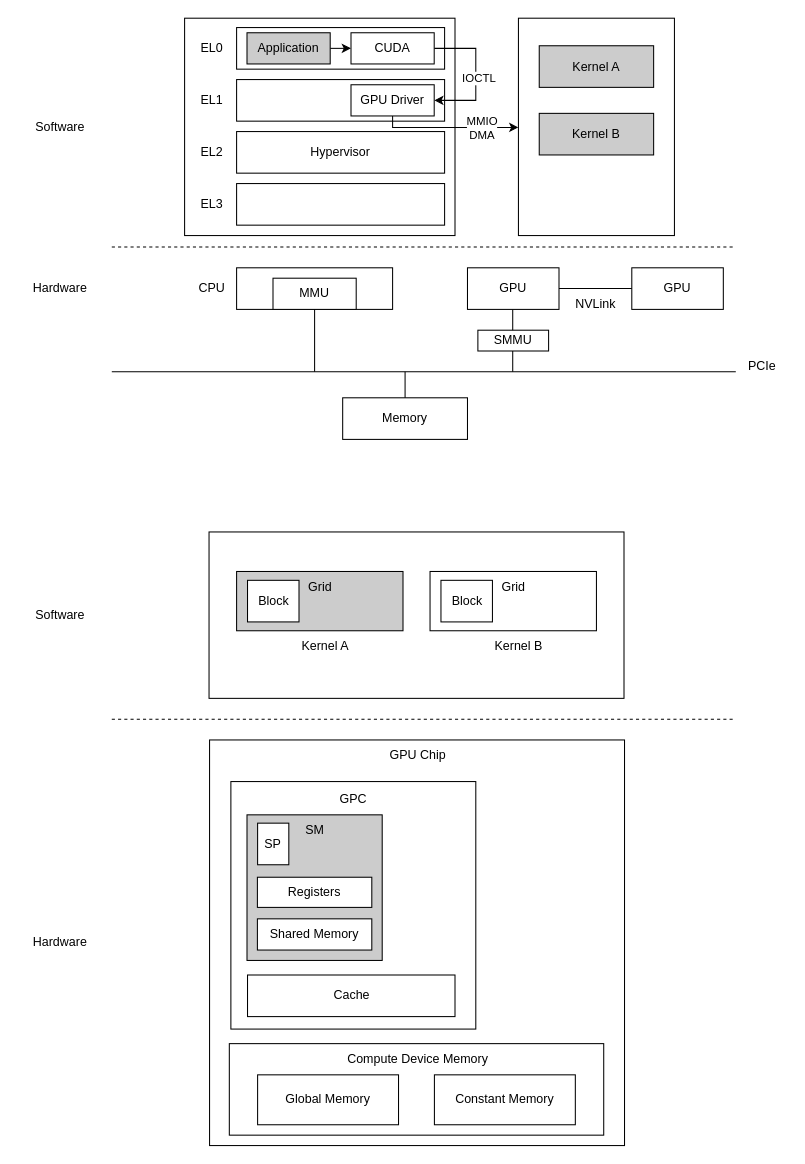
Before: gpu.drawio in qianfei11/draw.io, a draw.io diagram. Source tidied: cells renumbered, new cells numbered last; positions are measured from the earlier drawing's top-left corner, leaving out a move shared by most shapes. Both pictures are drawn from the tidied source at 104%, with x=0, y=0 at pixel (18, 18).
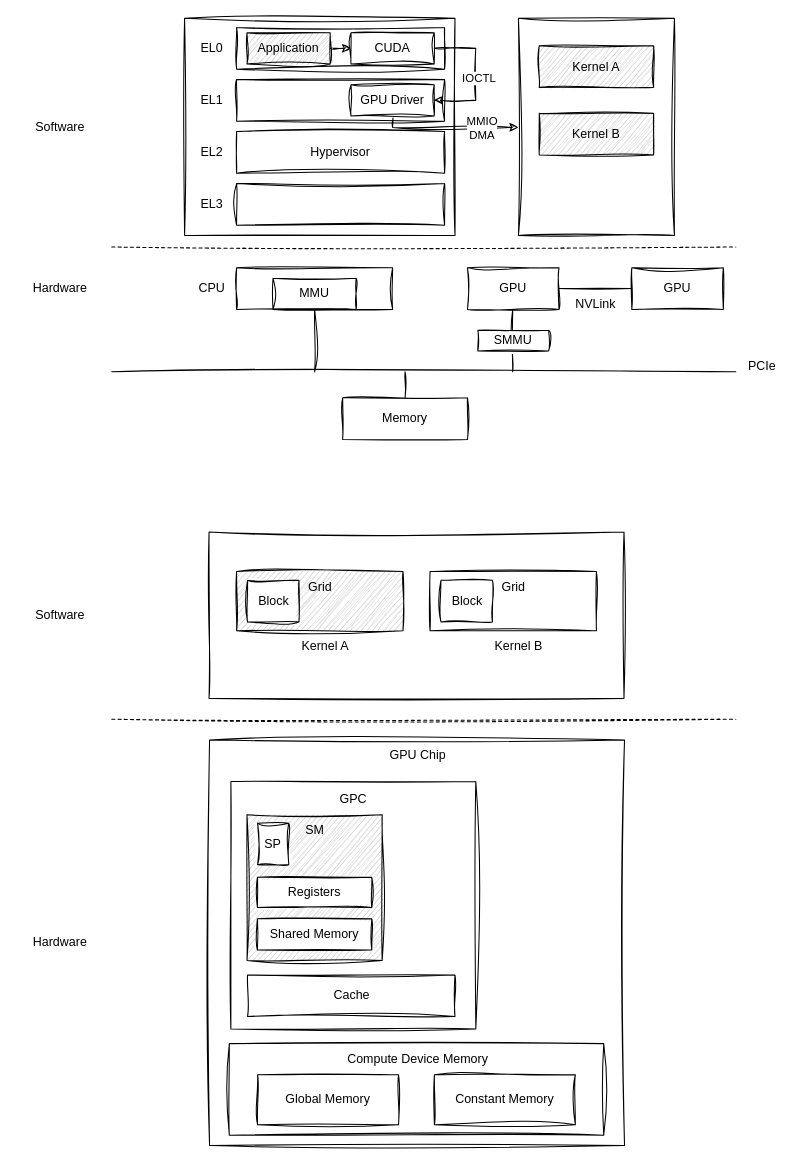
The same page after the edit.

Diff of the diagram source:
```diff
@@
-    <mxCell id="2" style="endArrow=none;html=1;rounded=0;entryX=0.5;entryY=1;entryDx=0;entryDy=0;" parent="1" edge="1">
+    <mxCell id="2" style="endArrow=none;html=1;rounded=0;entryX=0.5;entryY=1;entryDx=0;entryDy=0;sketch=1;curveFitting=1;jiggle=2;" parent="1" edge="1">
       <mxGeometry relative="1" as="geometry">
         <mxPoint x="475.5" y="340" as="sourcePoint" />
         <mxPoint x="475.5" y="280" as="targetPoint" />
       </mxGeometry>
     </mxCell>
-    <mxCell id="3" style="rounded=0;whiteSpace=wrap;html=1;" parent="1" vertex="1">
+    <mxCell id="3" style="rounded=0;whiteSpace=wrap;html=1;sketch=1;curveFitting=1;jiggle=2;" parent="1" vertex="1">
       <mxGeometry x="481" width="150" height="209" as="geometry" />
     </mxCell>
-    <mxCell id="4" style="rounded=0;whiteSpace=wrap;html=1;" parent="1" vertex="1">
+    <mxCell id="4" style="rounded=0;whiteSpace=wrap;html=1;sketch=1;curveFitting=1;jiggle=2;" parent="1" vertex="1">
       <mxGeometry x="160" width="260" height="209" as="geometry" />
     </mxCell>
-    <mxCell id="5" style="rounded=0;whiteSpace=wrap;html=1;" parent="1" vertex="1">
+    <mxCell id="5" style="rounded=0;whiteSpace=wrap;html=1;sketch=1;curveFitting=1;jiggle=2;" parent="1" vertex="1">
       <mxGeometry x="210" y="240" width="150" height="40" as="geometry" />
     </mxCell>
-    <mxCell id="6" value="GPU" style="rounded=0;whiteSpace=wrap;html=1;" parent="1" vertex="1">
+    <mxCell id="6" value="GPU" style="rounded=0;whiteSpace=wrap;html=1;sketch=1;curveFitting=1;jiggle=2;" parent="1" vertex="1">
       <mxGeometry x="432" y="240" width="88" height="40" as="geometry" />
     </mxCell>
-    <mxCell id="7" value="CPU" style="text;html=1;align=center;verticalAlign=middle;strokeColor=none;fillColor=none;rounded=0;" parent="1" vertex="1">
+    <mxCell id="7" value="CPU" style="text;html=1;align=center;verticalAlign=middle;strokeColor=none;fillColor=none;rounded=0;sketch=1;curveFitting=1;jiggle=2;" parent="1" vertex="1">
       <mxGeometry x="161" y="245" width="50" height="30" as="geometry" />
     </mxCell>
-    <mxCell id="8" style="endArrow=none;dashed=1;html=1;rounded=0;" parent="1" edge="1">
+    <mxCell id="8" style="endArrow=none;dashed=1;html=1;rounded=0;sketch=1;curveFitting=1;jiggle=2;" parent="1" edge="1">
       <mxGeometry relative="1" as="geometry">
         <mxPoint x="90" y="220" as="sourcePoint" />
         <mxPoint x="690" y="220" as="targetPoint" />
       </mxGeometry>
     </mxCell>
-    <mxCell id="9" value="Hardware" style="text;html=1;align=center;verticalAlign=middle;strokeColor=none;fillColor=none;rounded=0;" parent="1" vertex="1">
+    <mxCell id="9" value="Hardware" style="text;html=1;align=center;verticalAlign=middle;strokeColor=none;fillColor=none;rounded=0;sketch=1;curveFitting=1;jiggle=2;" parent="1" vertex="1">
       <mxGeometry y="245" width="80" height="30" as="geometry" />
     </mxCell>
-    <mxCell id="10" value="Software" style="text;html=1;align=center;verticalAlign=middle;strokeColor=none;fillColor=none;rounded=0;" parent="1" vertex="1">
+    <mxCell id="10" value="Software" style="text;html=1;align=center;verticalAlign=middle;strokeColor=none;fillColor=none;rounded=0;sketch=1;curveFitting=1;jiggle=2;" parent="1" vertex="1">
       <mxGeometry x="5" y="90" width="70" height="30" as="geometry" />
     </mxCell>
-    <mxCell id="11" style="rounded=0;whiteSpace=wrap;html=1;" parent="1" vertex="1">
+    <mxCell id="11" style="rounded=0;whiteSpace=wrap;html=1;sketch=1;curveFitting=1;jiggle=2;" parent="1" vertex="1">
       <mxGeometry x="210" y="59" width="200" height="40" as="geometry" />
     </mxCell>
-    <mxCell id="12" style="rounded=0;whiteSpace=wrap;html=1;" parent="1" vertex="1">
+    <mxCell id="12" style="rounded=0;whiteSpace=wrap;html=1;sketch=1;curveFitting=1;jiggle=2;" parent="1" vertex="1">
       <mxGeometry x="210" y="9" width="200" height="40" as="geometry" />
     </mxCell>
-    <mxCell id="13" style="edgeStyle=orthogonalEdgeStyle;rounded=0;jettySize=auto;html=1;exitX=0.5;exitY=1;exitDx=0;exitDy=0;" parent="1" edge="1" source="15" target="3">
+    <mxCell id="13" style="edgeStyle=orthogonalEdgeStyle;rounded=0;jettySize=auto;html=1;exitX=0.5;exitY=1;exitDx=0;exitDy=0;sketch=1;curveFitting=1;jiggle=2;" parent="1" edge="1" source="15" target="3">
       <mxGeometry relative="1" as="geometry">
         <Array as="points">
           <mxPoint x="360" y="105" />
         </Array>
       </mxGeometry>
     </mxCell>
-    <mxCell id="14" value="MMIO&lt;br&gt;DMA" style="edgeLabel;html=1;align=center;verticalAlign=middle;rounded=0;" parent="13" vertex="1">
+    <mxCell id="14" value="MMIO&lt;br&gt;DMA" style="edgeLabel;html=1;align=center;verticalAlign=middle;rounded=0;sketch=1;curveFitting=1;jiggle=2;" parent="13" vertex="1">
       <mxGeometry x="0.33" y="1" relative="1" as="geometry">
         <mxPoint x="8" y="1" as="offset" />
       </mxGeometry>
     </mxCell>
-    <mxCell id="15" value="GPU Driver" style="rounded=0;whiteSpace=wrap;html=1;fillStyle=auto;fillColor=#FFFFFF;" parent="1" vertex="1">
+    <mxCell id="15" value="GPU Driver" style="rounded=0;whiteSpace=wrap;html=1;fillStyle=auto;fillColor=#FFFFFF;sketch=1;curveFitting=1;jiggle=2;" parent="1" vertex="1">
       <mxGeometry x="320" y="64" width="80" height="30" as="geometry" />
     </mxCell>
-    <mxCell id="16" value="MMU" style="rounded=0;whiteSpace=wrap;html=1;" parent="1" vertex="1">
+    <mxCell id="16" value="MMU" style="rounded=0;whiteSpace=wrap;html=1;sketch=1;curveFitting=1;jiggle=2;" parent="1" vertex="1">
       <mxGeometry x="245" y="250" width="80" height="30" as="geometry" />
     </mxCell>
-    <mxCell id="17" value="SMMU" style="rounded=0;whiteSpace=wrap;html=1;" parent="1" vertex="1">
+    <mxCell id="17" value="SMMU" style="rounded=0;whiteSpace=wrap;html=1;sketch=1;curveFitting=1;jiggle=2;" parent="1" vertex="1">
       <mxGeometry x="442" y="300" width="68" height="20" as="geometry" />
     </mxCell>
-    <mxCell id="18" value="EL1" style="text;html=1;align=center;verticalAlign=middle;strokeColor=none;fillColor=none;rounded=0;" parent="1" vertex="1">
+    <mxCell id="18" value="EL1" style="text;html=1;align=center;verticalAlign=middle;strokeColor=none;fillColor=none;rounded=0;sketch=1;curveFitting=1;jiggle=2;" parent="1" vertex="1">
       <mxGeometry x="166" y="64" width="40" height="30" as="geometry" />
     </mxCell>
-    <mxCell id="19" value="EL0" style="text;html=1;align=center;verticalAlign=middle;strokeColor=none;fillColor=none;rounded=0;" parent="1" vertex="1">
+    <mxCell id="19" value="EL0" style="text;html=1;align=center;verticalAlign=middle;strokeColor=none;fillColor=none;rounded=0;sketch=1;curveFitting=1;jiggle=2;" parent="1" vertex="1">
       <mxGeometry x="166" y="14" width="40" height="30" as="geometry" />
     </mxCell>
-    <mxCell id="20" style="endArrow=none;html=1;rounded=0;" parent="1" edge="1">
+    <mxCell id="20" style="endArrow=none;html=1;rounded=0;sketch=1;curveFitting=1;jiggle=2;" parent="1" edge="1">
       <mxGeometry relative="1" as="geometry">
         <mxPoint x="90" y="340" as="sourcePoint" />
         <mxPoint x="690" y="340" as="targetPoint" />
       </mxGeometry>
     </mxCell>
-    <mxCell id="21" style="edgeStyle=orthogonalEdgeStyle;rounded=0;jettySize=auto;html=1;exitX=1;exitY=0.5;exitDx=0;exitDy=0;entryX=0;entryY=0.5;entryDx=0;entryDy=0;" parent="1" edge="1" source="22" target="37">
+    <mxCell id="21" style="edgeStyle=orthogonalEdgeStyle;rounded=0;jettySize=auto;html=1;exitX=1;exitY=0.5;exitDx=0;exitDy=0;entryX=0;entryY=0.5;entryDx=0;entryDy=0;sketch=1;curveFitting=1;jiggle=2;" parent="1" edge="1" source="22" target="37">
       <mxGeometry relative="1" as="geometry" />
     </mxCell>
-    <mxCell id="22" value="Application" style="rounded=0;whiteSpace=wrap;html=1;fillStyle=auto;fillColor=#CCCCCC;" parent="1" vertex="1">
+    <mxCell id="22" value="Application" style="rounded=0;whiteSpace=wrap;html=1;fillStyle=auto;fillColor=#CCCCCC;sketch=1;curveFitting=1;jiggle=2;" parent="1" vertex="1">
       <mxGeometry x="220" y="14" width="80" height="30" as="geometry" />
     </mxCell>
-    <mxCell id="23" value="Hypervisor" style="rounded=0;whiteSpace=wrap;html=1;" parent="1" vertex="1">
+    <mxCell id="23" value="Hypervisor" style="rounded=0;whiteSpace=wrap;html=1;sketch=1;curveFitting=1;jiggle=2;" parent="1" vertex="1">
       <mxGeometry x="210" y="109" width="200" height="40" as="geometry" />
     </mxCell>
-    <mxCell id="24" style="rounded=0;whiteSpace=wrap;html=1;" parent="1" vertex="1">
+    <mxCell id="24" style="rounded=0;whiteSpace=wrap;html=1;sketch=1;curveFitting=1;jiggle=2;" parent="1" vertex="1">
       <mxGeometry x="210" y="159" width="200" height="40" as="geometry" />
     </mxCell>
-    <mxCell id="25" value="EL2" style="text;html=1;align=center;verticalAlign=middle;strokeColor=none;fillColor=none;rounded=0;" parent="1" vertex="1">
+    <mxCell id="25" value="EL2" style="text;html=1;align=center;verticalAlign=middle;strokeColor=none;fillColor=none;rounded=0;sketch=1;curveFitting=1;jiggle=2;" parent="1" vertex="1">
       <mxGeometry x="166" y="114" width="40" height="30" as="geometry" />
     </mxCell>
-    <mxCell id="26" value="EL3" style="text;html=1;align=center;verticalAlign=middle;strokeColor=none;fillColor=none;rounded=0;" parent="1" vertex="1">
+    <mxCell id="26" value="EL3" style="text;html=1;align=center;verticalAlign=middle;strokeColor=none;fillColor=none;rounded=0;sketch=1;curveFitting=1;jiggle=2;" parent="1" vertex="1">
       <mxGeometry x="166" y="164" width="40" height="30" as="geometry" />
     </mxCell>
-    <mxCell id="27" style="endArrow=none;html=1;rounded=0;entryX=0.5;entryY=1;entryDx=0;entryDy=0;" parent="1" edge="1" target="16">
+    <mxCell id="27" style="endArrow=none;html=1;rounded=0;entryX=0.5;entryY=1;entryDx=0;entryDy=0;sketch=1;curveFitting=1;jiggle=2;" parent="1" edge="1" target="16">
       <mxGeometry relative="1" as="geometry">
         <mxPoint x="285" y="340" as="sourcePoint" />
       </mxGeometry>
     </mxCell>
-    <mxCell id="28" value="Memory" style="rounded=0;whiteSpace=wrap;html=1;" parent="1" vertex="1">
+    <mxCell id="28" value="Memory" style="rounded=0;whiteSpace=wrap;html=1;sketch=1;curveFitting=1;jiggle=2;" parent="1" vertex="1">
       <mxGeometry x="312" y="365" width="120" height="40" as="geometry" />
     </mxCell>
-    <mxCell id="29" style="endArrow=none;html=1;rounded=0;entryX=0.5;entryY=0;entryDx=0;entryDy=0;" parent="1" edge="1" target="28">
+    <mxCell id="29" style="endArrow=none;html=1;rounded=0;entryX=0.5;entryY=0;entryDx=0;entryDy=0;sketch=1;curveFitting=1;jiggle=2;" parent="1" edge="1" target="28">
       <mxGeometry relative="1" as="geometry">
         <mxPoint x="372" y="340" as="sourcePoint" />
       </mxGeometry>
     </mxCell>
-    <mxCell id="30" value="PCIe" style="text;html=1;align=center;verticalAlign=middle;strokeColor=none;fillColor=none;rounded=0;" parent="1" vertex="1">
+    <mxCell id="30" value="PCIe" style="text;html=1;align=center;verticalAlign=middle;strokeColor=none;fillColor=none;rounded=0;sketch=1;curveFitting=1;jiggle=2;" parent="1" vertex="1">
       <mxGeometry x="690" y="320" width="50" height="30" as="geometry" />
     </mxCell>
-    <mxCell id="31" value="GPU" style="rounded=0;whiteSpace=wrap;html=1;" parent="1" vertex="1">
+    <mxCell id="31" value="GPU" style="rounded=0;whiteSpace=wrap;html=1;sketch=1;curveFitting=1;jiggle=2;" parent="1" vertex="1">
       <mxGeometry x="590" y="240" width="88" height="40" as="geometry" />
     </mxCell>
-    <mxCell id="32" style="endArrow=none;html=1;rounded=0;exitX=1;exitY=0.5;exitDx=0;exitDy=0;entryX=0;entryY=0.5;entryDx=0;entryDy=0;" parent="1" edge="1" source="6" target="31">
+    <mxCell id="32" style="endArrow=none;html=1;rounded=0;exitX=1;exitY=0.5;exitDx=0;exitDy=0;entryX=0;entryY=0.5;entryDx=0;entryDy=0;sketch=1;curveFitting=1;jiggle=2;" parent="1" edge="1" source="6" target="31">
       <mxGeometry relative="1" as="geometry" />
     </mxCell>
-    <mxCell id="33" value="NVLink" style="text;html=1;align=center;verticalAlign=middle;strokeColor=none;fillColor=none;rounded=0;" parent="1" vertex="1">
+    <mxCell id="33" value="NVLink" style="text;html=1;align=center;verticalAlign=middle;strokeColor=none;fillColor=none;rounded=0;sketch=1;curveFitting=1;jiggle=2;" parent="1" vertex="1">
       <mxGeometry x="525" y="260" width="60" height="30" as="geometry" />
     </mxCell>
-    <mxCell id="34" style="rounded=0;whiteSpace=wrap;html=1;" parent="1" vertex="1">
+    <mxCell id="34" style="rounded=0;whiteSpace=wrap;html=1;sketch=1;curveFitting=1;jiggle=2;" parent="1" vertex="1">
       <mxGeometry x="184" y="694" width="399" height="390" as="geometry" />
     </mxCell>
-    <mxCell id="35" style="edgeStyle=orthogonalEdgeStyle;rounded=0;jettySize=auto;html=1;exitX=1;exitY=0.5;exitDx=0;exitDy=0;entryX=1;entryY=0.5;entryDx=0;entryDy=0;" parent="1" edge="1" source="37" target="15">
+    <mxCell id="35" style="edgeStyle=orthogonalEdgeStyle;rounded=0;jettySize=auto;html=1;exitX=1;exitY=0.5;exitDx=0;exitDy=0;entryX=1;entryY=0.5;entryDx=0;entryDy=0;sketch=1;curveFitting=1;jiggle=2;" parent="1" edge="1" source="37" target="15">
       <mxGeometry relative="1" as="geometry">
         <Array as="points">
           <mxPoint x="440" y="29" />
           <mxPoint x="440" y="79" />
         </Array>
       </mxGeometry>
     </mxCell>
-    <mxCell id="36" value="IOCTL" style="edgeLabel;html=1;align=center;verticalAlign=middle;rounded=0;" parent="35" vertex="1">
+    <mxCell id="36" value="IOCTL" style="edgeLabel;html=1;align=center;verticalAlign=middle;rounded=0;sketch=1;curveFitting=1;jiggle=2;" parent="35" vertex="1">
       <mxGeometry x="0.04" y="2" relative="1" as="geometry" />
     </mxCell>
-    <mxCell id="37" value="CUDA" style="rounded=0;whiteSpace=wrap;html=1;fillStyle=auto;fillColor=#FFFFFF;" parent="1" vertex="1">
+    <mxCell id="37" value="CUDA" style="rounded=0;whiteSpace=wrap;html=1;fillStyle=auto;fillColor=#FFFFFF;sketch=1;curveFitting=1;jiggle=2;" parent="1" vertex="1">
       <mxGeometry x="320" y="14" width="80" height="30" as="geometry" />
     </mxCell>
-    <mxCell id="38" style="rounded=0;whiteSpace=wrap;html=1;" parent="1" vertex="1">
+    <mxCell id="38" style="rounded=0;whiteSpace=wrap;html=1;sketch=1;curveFitting=1;jiggle=2;" parent="1" vertex="1">
       <mxGeometry x="204.5" y="734" width="235.5" height="238" as="geometry" />
     </mxCell>
-    <mxCell id="39" value="GPU Chip" style="text;html=1;align=center;verticalAlign=middle;strokeColor=none;fillColor=none;rounded=0;" parent="1" vertex="1">
+    <mxCell id="39" value="GPU Chip" style="text;html=1;align=center;verticalAlign=middle;strokeColor=none;fillColor=none;rounded=0;sketch=1;curveFitting=1;jiggle=2;" parent="1" vertex="1">
       <mxGeometry x="344" y="694" width="80" height="30" as="geometry" />
     </mxCell>
-    <mxCell id="40" value="Cache" style="rounded=0;whiteSpace=wrap;html=1;" parent="1" vertex="1">
+    <mxCell id="40" value="Cache" style="rounded=0;whiteSpace=wrap;html=1;sketch=1;curveFitting=1;jiggle=2;" parent="1" vertex="1">
       <mxGeometry x="220.5" y="920" width="199.5" height="40" as="geometry" />
     </mxCell>
-    <mxCell id="41" style="rounded=0;whiteSpace=wrap;html=1;" parent="1" vertex="1">
+    <mxCell id="41" style="rounded=0;whiteSpace=wrap;html=1;sketch=1;curveFitting=1;jiggle=2;" parent="1" vertex="1">
       <mxGeometry x="203" y="986" width="360" height="88" as="geometry" />
     </mxCell>
-    <mxCell id="42" style="endArrow=none;dashed=1;html=1;rounded=0;" parent="1" edge="1">
+    <mxCell id="42" style="endArrow=none;dashed=1;html=1;rounded=0;sketch=1;curveFitting=1;jiggle=2;" parent="1" edge="1">
       <mxGeometry relative="1" as="geometry">
         <mxPoint x="90" y="674" as="sourcePoint" />
         <mxPoint x="690" y="674" as="targetPoint" />
       </mxGeometry>
     </mxCell>
-    <mxCell id="43" value="Hardware" style="text;html=1;align=center;verticalAlign=middle;strokeColor=none;fillColor=none;rounded=0;" parent="1" vertex="1">
+    <mxCell id="43" value="Hardware" style="text;html=1;align=center;verticalAlign=middle;strokeColor=none;fillColor=none;rounded=0;sketch=1;curveFitting=1;jiggle=2;" parent="1" vertex="1">
       <mxGeometry y="874" width="80" height="30" as="geometry" />
     </mxCell>
-    <mxCell id="44" value="Software" style="text;html=1;align=center;verticalAlign=middle;strokeColor=none;fillColor=none;rounded=0;" parent="1" vertex="1">
+    <mxCell id="44" value="Software" style="text;html=1;align=center;verticalAlign=middle;strokeColor=none;fillColor=none;rounded=0;sketch=1;curveFitting=1;jiggle=2;" parent="1" vertex="1">
       <mxGeometry x="5" y="559" width="70" height="30" as="geometry" />
     </mxCell>
-    <mxCell id="45" style="rounded=0;whiteSpace=wrap;html=1;" parent="1" vertex="1">
+    <mxCell id="45" style="rounded=0;whiteSpace=wrap;html=1;sketch=1;curveFitting=1;jiggle=2;" parent="1" vertex="1">
       <mxGeometry x="183.5" y="494" width="399" height="160" as="geometry" />
     </mxCell>
-    <mxCell id="46" value="Compute Device Memory" style="text;html=1;align=center;verticalAlign=middle;strokeColor=none;fillColor=none;rounded=0;" parent="1" vertex="1">
+    <mxCell id="46" value="Compute Device Memory" style="text;html=1;align=center;verticalAlign=middle;strokeColor=none;fillColor=none;rounded=0;sketch=1;curveFitting=1;jiggle=2;" parent="1" vertex="1">
       <mxGeometry x="304" y="986" width="160" height="30" as="geometry" />
     </mxCell>
-    <mxCell id="47" value="Global Memory" style="rounded=0;whiteSpace=wrap;html=1;" parent="1" vertex="1">
+    <mxCell id="47" value="Global Memory" style="rounded=0;whiteSpace=wrap;html=1;sketch=1;curveFitting=1;jiggle=2;" parent="1" vertex="1">
       <mxGeometry x="230.2" y="1016" width="135.5" height="48" as="geometry" />
     </mxCell>
-    <mxCell id="48" value="Constant Memory" style="rounded=0;whiteSpace=wrap;html=1;" parent="1" vertex="1">
+    <mxCell id="48" value="Constant Memory" style="rounded=0;whiteSpace=wrap;html=1;sketch=1;curveFitting=1;jiggle=2;" parent="1" vertex="1">
       <mxGeometry x="400.2" y="1016" width="135.5" height="48" as="geometry" />
     </mxCell>
-    <mxCell id="49" style="rounded=0;whiteSpace=wrap;html=1;fillColor=#CCCCCC;fillStyle=auto;" parent="1" vertex="1">
+    <mxCell id="49" style="rounded=0;whiteSpace=wrap;html=1;fillColor=#CCCCCC;fillStyle=auto;sketch=1;curveFitting=1;jiggle=2;" parent="1" vertex="1">
       <mxGeometry x="220" y="766" width="130" height="140" as="geometry" />
     </mxCell>
-    <mxCell id="50" value="SM" style="text;html=1;align=center;verticalAlign=middle;strokeColor=none;fillColor=none;rounded=0;" parent="1" vertex="1">
+    <mxCell id="50" value="SM" style="text;html=1;align=center;verticalAlign=middle;strokeColor=none;fillColor=none;rounded=0;sketch=1;curveFitting=1;jiggle=2;" parent="1" vertex="1">
       <mxGeometry x="265" y="766" width="40" height="30" as="geometry" />
     </mxCell>
-    <mxCell id="51" value="SP" style="rounded=0;whiteSpace=wrap;html=1;" parent="1" vertex="1">
+    <mxCell id="51" value="SP" style="rounded=0;whiteSpace=wrap;html=1;sketch=1;curveFitting=1;jiggle=2;" parent="1" vertex="1">
       <mxGeometry x="230.2" y="774" width="30" height="40" as="geometry" />
     </mxCell>
-    <mxCell id="52" value="Registers" style="rounded=0;whiteSpace=wrap;html=1;" parent="1" vertex="1">
+    <mxCell id="52" value="Registers" style="rounded=0;whiteSpace=wrap;html=1;sketch=1;curveFitting=1;jiggle=2;" parent="1" vertex="1">
       <mxGeometry x="230" y="826" width="110" height="29" as="geometry" />
     </mxCell>
-    <mxCell id="53" value="Shared Memory" style="rounded=0;whiteSpace=wrap;html=1;" parent="1" vertex="1">
+    <mxCell id="53" value="Shared Memory" style="rounded=0;whiteSpace=wrap;html=1;sketch=1;curveFitting=1;jiggle=2;" parent="1" vertex="1">
       <mxGeometry x="230" y="866" width="110" height="30" as="geometry" />
     </mxCell>
-    <mxCell id="54" value="Kernel A" style="rounded=0;whiteSpace=wrap;html=1;fillColor=#CCCCCC;" parent="1" vertex="1">
+    <mxCell id="54" value="Kernel A" style="rounded=0;whiteSpace=wrap;html=1;fillColor=#CCCCCC;sketch=1;curveFitting=1;jiggle=2;" parent="1" vertex="1">
       <mxGeometry x="501" y="26.5" width="110" height="40" as="geometry" />
     </mxCell>
-    <mxCell id="55" value="Kernel B" style="rounded=0;whiteSpace=wrap;html=1;fillColor=#CCCCCC;" parent="1" vertex="1">
+    <mxCell id="55" value="Kernel B" style="rounded=0;whiteSpace=wrap;html=1;fillColor=#CCCCCC;sketch=1;curveFitting=1;jiggle=2;" parent="1" vertex="1">
       <mxGeometry x="501" y="91.5" width="110" height="40" as="geometry" />
     </mxCell>
-    <mxCell id="56" value="GPC" style="text;html=1;align=center;verticalAlign=middle;strokeColor=none;fillColor=none;rounded=0;" parent="1" vertex="1">
+    <mxCell id="56" value="GPC" style="text;html=1;align=center;verticalAlign=middle;strokeColor=none;fillColor=none;rounded=0;sketch=1;curveFitting=1;jiggle=2;" parent="1" vertex="1">
       <mxGeometry x="297.2" y="736" width="50" height="30" as="geometry" />
     </mxCell>
-    <mxCell id="57" style="rounded=0;whiteSpace=wrap;html=1;fillStyle=auto;fillColor=#CCCCCC;" parent="1" vertex="1">
+    <mxCell id="57" style="rounded=0;whiteSpace=wrap;html=1;fillStyle=auto;fillColor=#CCCCCC;sketch=1;curveFitting=1;jiggle=2;" parent="1" vertex="1">
       <mxGeometry x="210" y="532" width="160" height="57" as="geometry" />
     </mxCell>
-    <mxCell id="58" value="Block" style="rounded=0;whiteSpace=wrap;html=1;" parent="1" vertex="1">
+    <mxCell id="58" value="Block" style="rounded=0;whiteSpace=wrap;html=1;sketch=1;curveFitting=1;jiggle=2;" parent="1" vertex="1">
       <mxGeometry x="220.5" y="540.5" width="49.5" height="40" as="geometry" />
     </mxCell>
-    <mxCell id="59" value="Grid" style="text;html=1;align=center;verticalAlign=middle;strokeColor=none;fillColor=none;rounded=0;" parent="1" vertex="1">
+    <mxCell id="59" value="Grid" style="text;html=1;align=center;verticalAlign=middle;strokeColor=none;fillColor=none;rounded=0;sketch=1;curveFitting=1;jiggle=2;" parent="1" vertex="1">
       <mxGeometry x="265" y="532" width="50" height="30" as="geometry" />
     </mxCell>
-    <mxCell id="60" value="Kernel A" style="text;html=1;align=center;verticalAlign=middle;strokeColor=none;fillColor=none;rounded=0;" parent="1" vertex="1">
+    <mxCell id="60" value="Kernel A" style="text;html=1;align=center;verticalAlign=middle;strokeColor=none;fillColor=none;rounded=0;sketch=1;curveFitting=1;jiggle=2;" parent="1" vertex="1">
       <mxGeometry x="260" y="589" width="70" height="30" as="geometry" />
     </mxCell>
-    <mxCell id="61" style="rounded=0;whiteSpace=wrap;html=1;" parent="1" vertex="1">
+    <mxCell id="61" style="rounded=0;whiteSpace=wrap;html=1;sketch=1;curveFitting=1;jiggle=2;" parent="1" vertex="1">
       <mxGeometry x="396" y="532" width="160" height="57" as="geometry" />
     </mxCell>
-    <mxCell id="62" value="Block" style="rounded=0;whiteSpace=wrap;html=1;" parent="1" vertex="1">
+    <mxCell id="62" value="Block" style="rounded=0;whiteSpace=wrap;html=1;sketch=1;curveFitting=1;jiggle=2;" parent="1" vertex="1">
       <mxGeometry x="406.5" y="540.5" width="49.5" height="40" as="geometry" />
     </mxCell>
-    <mxCell id="63" value="Grid" style="text;html=1;align=center;verticalAlign=middle;strokeColor=none;fillColor=none;rounded=0;" parent="1" vertex="1">
+    <mxCell id="63" value="Grid" style="text;html=1;align=center;verticalAlign=middle;strokeColor=none;fillColor=none;rounded=0;sketch=1;curveFitting=1;jiggle=2;" parent="1" vertex="1">
       <mxGeometry x="451" y="532" width="50" height="30" as="geometry" />
     </mxCell>
-    <mxCell id="64" value="Kernel B" style="text;html=1;align=center;verticalAlign=middle;strokeColor=none;fillColor=none;rounded=0;" parent="1" vertex="1">
+    <mxCell id="64" value="Kernel B" style="text;html=1;align=center;verticalAlign=middle;strokeColor=none;fillColor=none;rounded=0;sketch=1;curveFitting=1;jiggle=2;" parent="1" vertex="1">
       <mxGeometry x="446" y="589" width="70" height="30" as="geometry" />
     </mxCell>
```
